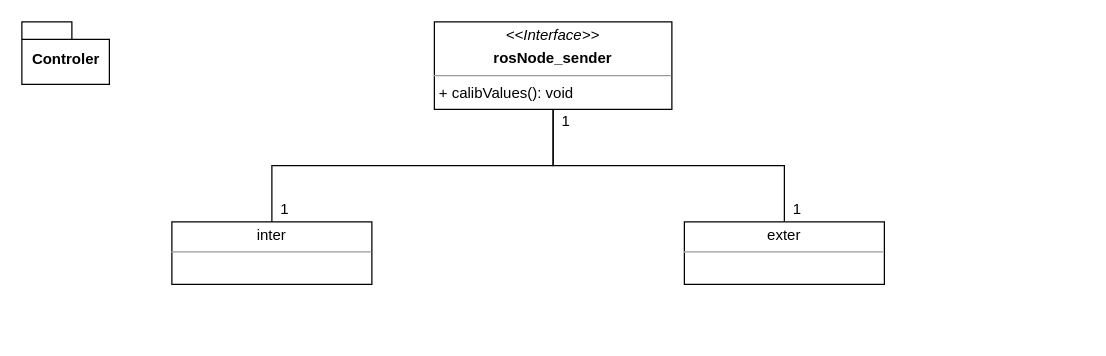
Earlier version of the draw.io diagram page "Page-3" (3 of 4) of Untitled Diagram.drawio (DiogoBranda/Artuga). Source tidied: cells renumbered, new cells numbered last; positions are measured from the earlier drawing's top-left corner, leaving out a move shared by most shapes. Both pictures are drawn from the tidied source at 125%, with x=0, y=0 at pixel (21, 21).
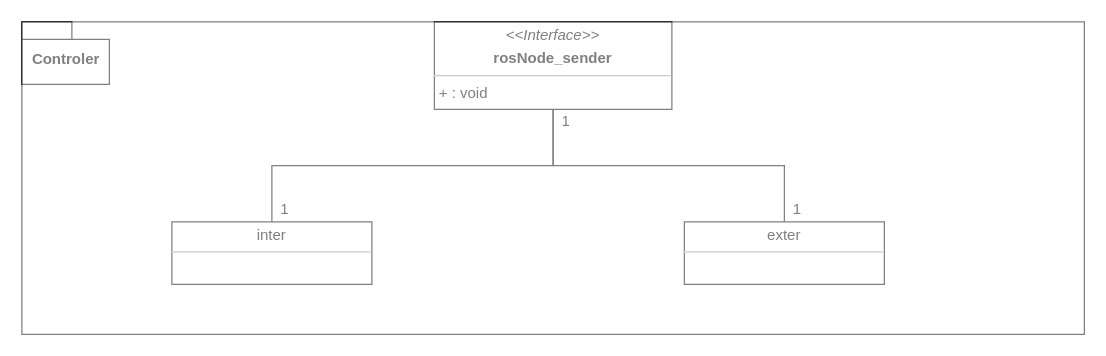
Above is the later version.

Change to the diagram source:
```diff
@@
 <mxGraphModel>
   <root>
     <mxCell id="0" />
     <mxCell id="1" parent="0" />
     <mxCell id="2" style="edgeStyle=orthogonalEdgeStyle;rounded=0;jettySize=auto;html=1;exitX=0.5;exitY=1;exitDx=0;exitDy=0;entryX=0.5;entryY=0;entryDx=0;entryDy=0;endArrow=none;endFill=0;" parent="1" edge="1" source="3" target="4">
       <mxGeometry relative="1" as="geometry" />
     </mxCell>
-    <mxCell id="3" value="&lt;p style=&quot;margin:0px;margin-top:4px;text-align:center;&quot;&gt;&lt;i&gt;&amp;lt;&amp;lt;Interface&amp;gt;&amp;gt;&lt;/i&gt;&lt;/p&gt;&lt;p style=&quot;margin:0px;margin-top:4px;text-align:center;&quot;&gt;&lt;b&gt;rosNode_sender&lt;/b&gt;&lt;br&gt;&lt;/p&gt;&lt;hr size=&quot;1&quot;&gt;&lt;p style=&quot;margin:0px;margin-left:4px;&quot;&gt;+ calibValues(): void&lt;br&gt;&lt;/p&gt;" style="verticalAlign=top;align=left;overflow=fill;fontSize=12;fontFamily=Helvetica;html=1;" parent="1" vertex="1">
+    <mxCell id="3" value="&lt;p style=&quot;margin:0px;margin-top:4px;text-align:center;&quot;&gt;&lt;i&gt;&amp;lt;&amp;lt;Interface&amp;gt;&amp;gt;&lt;/i&gt;&lt;/p&gt;&lt;p style=&quot;margin:0px;margin-top:4px;text-align:center;&quot;&gt;&lt;b&gt;rosNode_sender&lt;/b&gt;&lt;br&gt;&lt;/p&gt;&lt;hr size=&quot;1&quot;&gt;&lt;p style=&quot;margin:0px;margin-left:4px;&quot;&gt;+ : void&lt;br&gt;&lt;/p&gt;" style="verticalAlign=top;align=left;overflow=fill;fontSize=12;fontFamily=Helvetica;html=1;" parent="1" vertex="1">
       <mxGeometry x="330" width="190" height="70" as="geometry" />
     </mxCell>
     <mxCell id="4" value="&lt;p style=&quot;margin:0px;margin-top:4px;text-align:center;&quot;&gt;inter&lt;br&gt;&lt;/p&gt;&lt;hr size=&quot;1&quot;&gt;" style="verticalAlign=top;align=left;overflow=fill;fontSize=12;fontFamily=Helvetica;html=1;" parent="1" vertex="1">
       <mxGeometry x="120" y="160" width="160" height="50" as="geometry" />
     </mxCell>
     <mxCell id="5" style="edgeStyle=orthogonalEdgeStyle;rounded=0;jettySize=auto;html=1;exitX=0.5;exitY=0;exitDx=0;exitDy=0;endArrow=none;endFill=0;" parent="1" edge="1" source="6" target="3">
       <mxGeometry relative="1" as="geometry" />
     </mxCell>
     <mxCell id="6" value="&lt;p style=&quot;margin:0px;margin-top:4px;text-align:center;&quot;&gt;exter&lt;br&gt;&lt;/p&gt;&lt;hr size=&quot;1&quot;&gt;" style="verticalAlign=top;align=left;overflow=fill;fontSize=12;fontFamily=Helvetica;html=1;" parent="1" vertex="1">
       <mxGeometry x="530" y="160" width="160" height="50" as="geometry" />
     </mxCell>
     <mxCell id="7" value="1" style="text;html=1;align=center;verticalAlign=middle;strokeColor=none;fillColor=none;" parent="1" vertex="1">
       <mxGeometry x="425" y="70" width="20" height="20" as="geometry" />
     </mxCell>
     <mxCell id="8" value="1" style="text;html=1;align=center;verticalAlign=middle;strokeColor=none;fillColor=none;" parent="1" vertex="1">
       <mxGeometry x="200" y="140" width="20" height="20" as="geometry" />
     </mxCell>
     <mxCell id="9" value="1" style="text;html=1;align=center;verticalAlign=middle;strokeColor=none;fillColor=none;" parent="1" vertex="1">
       <mxGeometry x="610" y="140" width="20" height="20" as="geometry" />
     </mxCell>
     <mxCell id="10" value="Controler" style="shape=folder;fontStyle=1;spacingTop=10;tabWidth=40;tabHeight=14;tabPosition=left;html=1;" parent="1" vertex="1">
       <mxGeometry width="70" height="50" as="geometry" />
     </mxCell>
+    <mxCell id="11" style="rounded=0;whiteSpace=wrap;html=1;glass=0;gradientColor=none;opacity=50;" parent="1" vertex="1">
+      <mxGeometry width="850" height="250" as="geometry" />
+    </mxCell>
   </root>
 </mxGraphModel>
```
